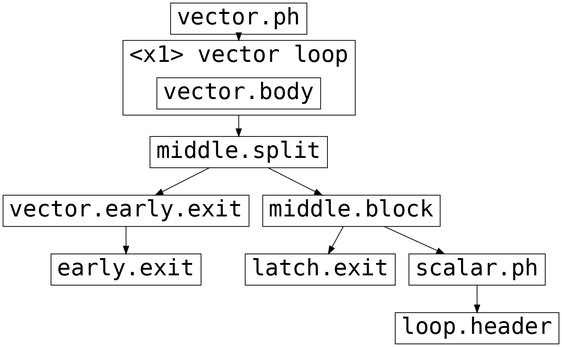
llvm/llvm-project keeps this Graphviz diagram as llvm/docs/vplan-early-exit.png. Above is the earlier version. Its source is kept beside it as llvm/docs/vplan-early-exit.dot. The source it was exported from:
```dot
digraph VPlan {
graph [labelloc=t, fontsize=30; label=""]
node [shape=rect, fontname=Courier, fontsize=30]
edge [fontname=Courier, fontsize=30]
compound=true
  N1 [label =
    "vector.ph"
  ]
  N1 -> N2 [ label="" lhead=cluster_N3]
  subgraph cluster_N3 {
    fontname=Courier
    label="\<x1\> vector loop"
    N2 [label =
      "vector.body"
    ]
  }
  N2 -> N4 [ label="" ltail=cluster_N3]
  N4 [label =
    "middle.split"
  ]
  N4 -> N5 [ label=""]
  N4 -> N7 [ label=""]
  N5 [label =
    "vector.early.exit"
  ]
  N5 -> N6 [ label=""]
  N6 [label =
    "early.exit"
  ]
  N7 [label =
    "middle.block"
  ]
  N7 -> N10 [ label=""]
  N7 -> N8 [ label=""]
  N8 [label =
    "scalar.ph"
  ]
  N8 -> N9 [ label=""]
  N9 [label =
    "loop.header"
  ]
  N10 [label =
    "latch.exit"
  ]
}
```
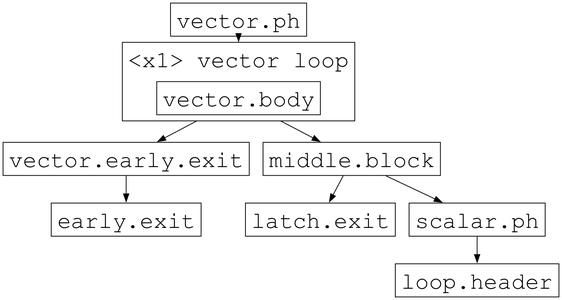
Above is the later version.

Diff of the diagram source:
```diff
@@ -14,12 +14,8 @@
       "vector.body"
     ]
   }
-  N2 -> N4 [ label="" ltail=cluster_N3]
-  N4 [label =
-    "middle.split"
-  ]
-  N4 -> N5 [ label=""]
-  N4 -> N7 [ label=""]
+  N2 -> N5 [ label="" ltail=cluster_N3]
+  N2 -> N7 [ label="" ltail=cluster_N3]
   N5 [label =
     "vector.early.exit"
   ]
```
